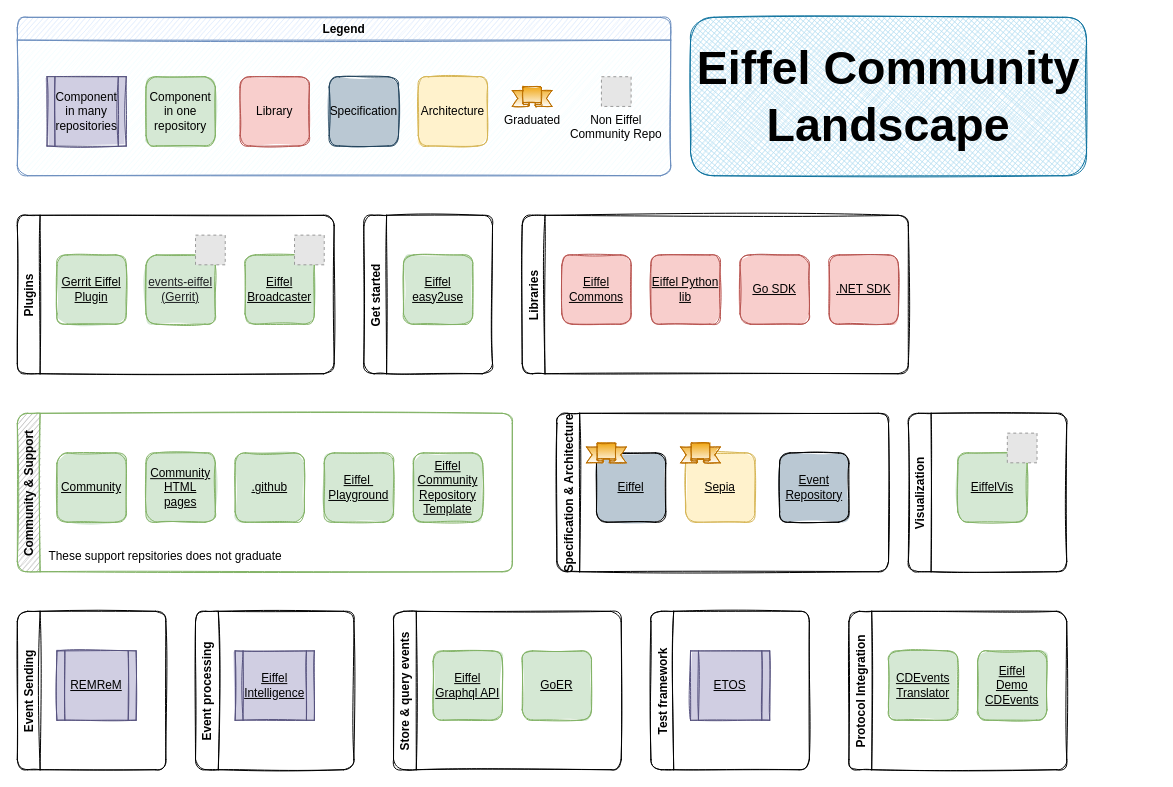
eiffel-community/eiffel-community.github.io keeps this draw.io diagram as src/landscape.drawio. Above is the earlier version. Source tidied: cells renumbered, new cells numbered last; positions are measured from the earlier drawing's top-left corner, leaving out a move shared by most shapes. Both pictures are drawn from the tidied source at 99%, with x=0, y=0 at pixel (17, 17). Pictures stored in the file or linked from it are replaced by grey dashed boxes.
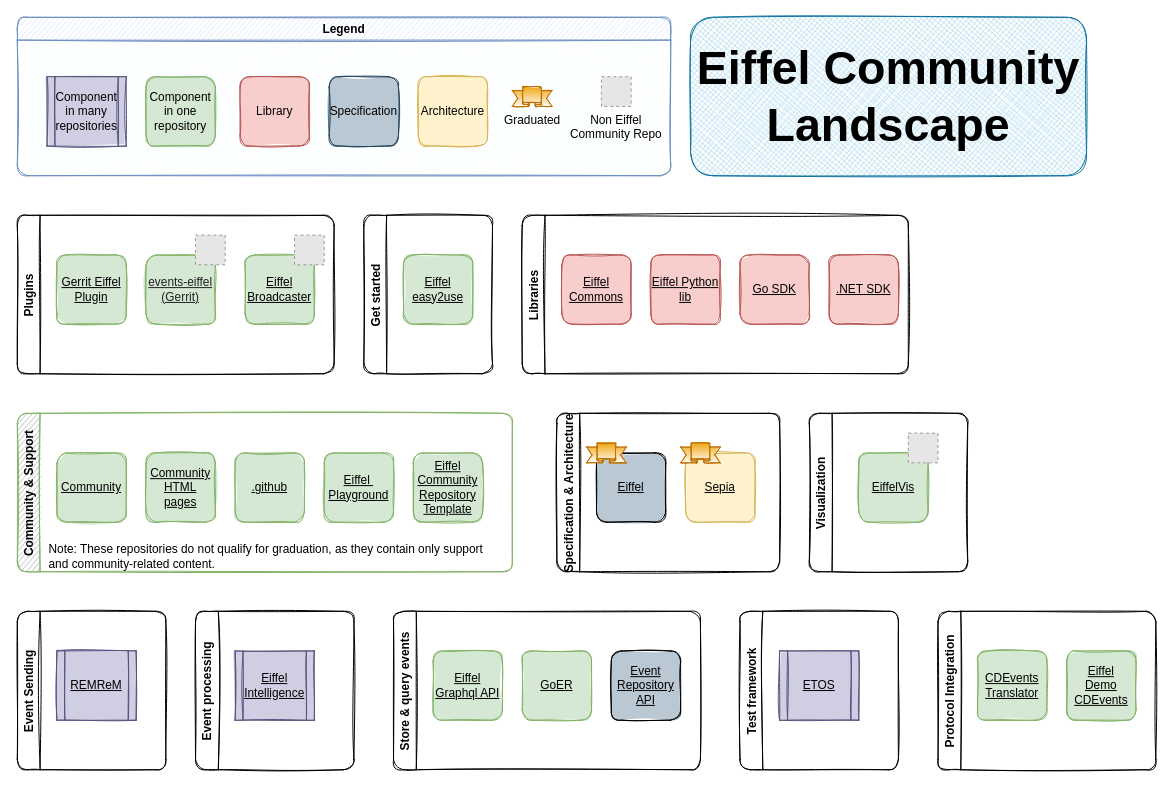
Above is the later version.

Commit message (it also covers changes not shown here):
Fix comments after review

Unchanged cells that the change refers to:
```xml
<mxCell id="28" value="Community &amp; Support" style="swimlane;horizontal=0;rounded=1;sketch=1;fillColor=#B3B3B3;strokeColor=#82b366;" parent="1" vertex="1">
  <mxGeometry y="400" width="500" height="160" as="geometry" />
</mxCell>
```

The edit, as a diff of the source:
```diff
@@
     <mxCell id="3" value="Specification &amp; Architecture" style="swimlane;horizontal=0;rounded=1;sketch=1;" parent="1" vertex="1">
-      <mxGeometry x="545" y="400" width="335" height="160" as="geometry" />
+      <mxGeometry x="545" y="400" width="225" height="160" as="geometry" />
     </mxCell>
@@
-    <mxCell id="7" value="&lt;div&gt;&lt;u&gt;Event Repository&lt;/u&gt;&lt;/div&gt;" style="whiteSpace=wrap;html=1;sketch=1;rounded=1;fillColor=#bac8d3;shadow=0;glass=0;fillStyle=solid;" parent="3" vertex="1">
-      <mxGeometry x="225" y="40" width="70" height="70" as="geometry" />
-    </mxCell>
@@
     <mxCell id="14" value="Store &amp; query events" style="swimlane;horizontal=0;rounded=1;sketch=1;" parent="1" vertex="1">
-      <mxGeometry x="380" y="600" width="230" height="160" as="geometry" />
+      <mxGeometry x="380" y="600" width="310" height="160" as="geometry" />
     </mxCell>
@@
+    <mxCell id="7" value="&lt;div&gt;&lt;u&gt;Event Repository API&lt;/u&gt;&lt;/div&gt;" style="whiteSpace=wrap;html=1;sketch=1;rounded=1;fillColor=#bac8d3;shadow=0;glass=0;fillStyle=solid;" parent="14" vertex="1">
+      <mxGeometry x="220" y="40" width="70" height="70" as="geometry" />
+    </mxCell>
@@
     <mxCell id="21" value="Visualization" style="swimlane;horizontal=0;rounded=1;sketch=1;" parent="1" vertex="1">
-      <mxGeometry x="900" y="400" width="160" height="160" as="geometry" />
+      <mxGeometry x="800" y="400" width="160" height="160" as="geometry" />
     </mxCell>
@@
     <mxCell id="26" value="Test framework" style="swimlane;horizontal=0;rounded=1;sketch=1;" parent="1" vertex="1">
-      <mxGeometry x="640" y="600" width="160" height="160" as="geometry" />
+      <mxGeometry x="730" y="600" width="160" height="160" as="geometry" />
     </mxCell>
@@
-    <mxCell id="34" value="These support repsitories does not graduate" style="text;html=1;align=left;verticalAlign=middle;whiteSpace=wrap;rounded=0;" parent="28" vertex="1">
-      <mxGeometry x="30" y="130" width="270" height="30" as="geometry" />
+    <mxCell id="34" value="Note: These repositories do not qualify for graduation, as they contain only support and community-related content." style="text;html=1;align=left;verticalAlign=middle;whiteSpace=wrap;rounded=0;" parent="28" vertex="1">
+      <mxGeometry x="30" y="130" width="450" height="30" as="geometry" />
     </mxCell>
@@
     <mxCell id="49" value="Protocol Integration" style="swimlane;horizontal=0;rounded=1;sketch=1;" parent="1" vertex="1">
-      <mxGeometry x="840" y="600" width="220" height="160" as="geometry" />
+      <mxGeometry x="930" y="600" width="220" height="160" as="geometry" />
     </mxCell>
```
